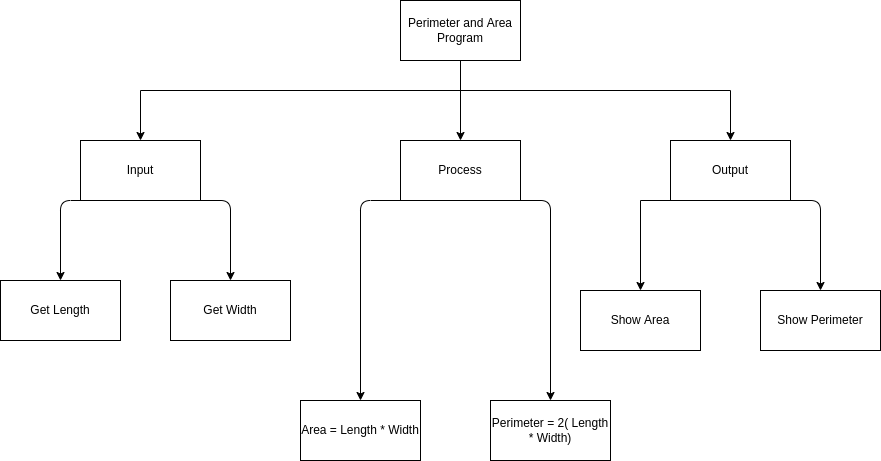
This is design.png from Ethan-Prieur1/ICS3U-Unit2-02-Python, a draw.io export, as it was before one commit. Source tidied: cells renumbered, new cells last; positions are measured from the earlier drawing's top-left corner, leaving out a move shared by most shapes.
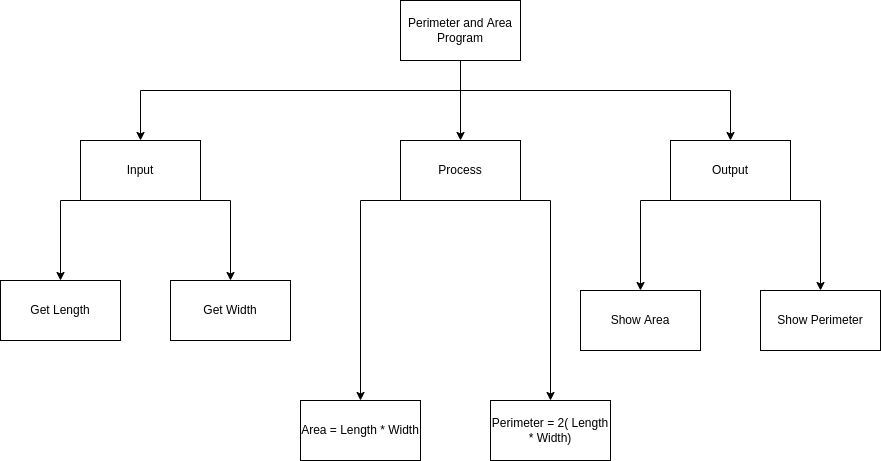
Later version of the same file.

The edit, as a diff of the source:
```diff
@@ -26,14 +26,14 @@
     <mxCell id="5" value="Perimeter and Area Program" style="rounded=0;whiteSpace=wrap;html=1;" parent="1" vertex="1">
       <mxGeometry x="400" width="120" height="60" as="geometry" />
     </mxCell>
-    <mxCell id="6" style="edgeStyle=none;html=1;exitX=0.5;exitY=1;exitDx=0;exitDy=0;entryX=0.5;entryY=0;entryDx=0;entryDy=0;" parent="1" edge="1" source="8" target="15">
+    <mxCell id="6" style="edgeStyle=none;html=1;exitX=0.5;exitY=1;exitDx=0;exitDy=0;entryX=0.5;entryY=0;entryDx=0;entryDy=0;rounded=0;" parent="1" edge="1" source="8" target="15">
       <mxGeometry relative="1" as="geometry">
         <Array as="points">
           <mxPoint x="60" y="200" />
         </Array>
       </mxGeometry>
     </mxCell>
-    <mxCell id="7" style="edgeStyle=none;html=1;exitX=1;exitY=1;exitDx=0;exitDy=0;entryX=0.5;entryY=0;entryDx=0;entryDy=0;" parent="1" edge="1" source="8" target="18">
+    <mxCell id="7" style="edgeStyle=none;html=1;exitX=1;exitY=1;exitDx=0;exitDy=0;entryX=0.5;entryY=0;entryDx=0;entryDy=0;rounded=0;" parent="1" edge="1" source="8" target="18">
       <mxGeometry relative="1" as="geometry">
         <Array as="points">
           <mxPoint x="230" y="200" />
@@ -43,14 +43,14 @@
     <mxCell id="8" value="Input" style="rounded=0;whiteSpace=wrap;html=1;" parent="1" vertex="1">
       <mxGeometry x="80" y="140" width="120" height="60" as="geometry" />
     </mxCell>
-    <mxCell id="9" style="edgeStyle=none;html=1;exitX=0.5;exitY=1;exitDx=0;exitDy=0;entryX=0.5;entryY=0;entryDx=0;entryDy=0;" parent="1" edge="1" source="11" target="17">
+    <mxCell id="9" style="edgeStyle=none;html=1;exitX=0.5;exitY=1;exitDx=0;exitDy=0;entryX=0.5;entryY=0;entryDx=0;entryDy=0;rounded=0;" parent="1" edge="1" source="11" target="17">
       <mxGeometry relative="1" as="geometry">
         <Array as="points">
           <mxPoint x="360" y="200" />
         </Array>
       </mxGeometry>
     </mxCell>
-    <mxCell id="10" style="edgeStyle=none;html=1;exitX=1;exitY=1;exitDx=0;exitDy=0;entryX=0.5;entryY=0;entryDx=0;entryDy=0;" parent="1" edge="1" source="11" target="19">
+    <mxCell id="10" style="edgeStyle=none;html=1;exitX=1;exitY=1;exitDx=0;exitDy=0;entryX=0.5;entryY=0;entryDx=0;entryDy=0;rounded=0;" parent="1" edge="1" source="11" target="19">
       <mxGeometry relative="1" as="geometry">
         <Array as="points">
           <mxPoint x="550" y="200" />
@@ -67,7 +67,7 @@
         </Array>
       </mxGeometry>
     </mxCell>
-    <mxCell id="13" style="edgeStyle=none;html=1;exitX=1;exitY=1;exitDx=0;exitDy=0;entryX=0.5;entryY=0;entryDx=0;entryDy=0;" parent="1" edge="1" source="14" target="20">
+    <mxCell id="13" style="edgeStyle=none;html=1;exitX=1;exitY=1;exitDx=0;exitDy=0;entryX=0.5;entryY=0;entryDx=0;entryDy=0;rounded=0;" parent="1" edge="1" source="14" target="20">
       <mxGeometry relative="1" as="geometry">
         <Array as="points">
           <mxPoint x="820" y="200" />
```
